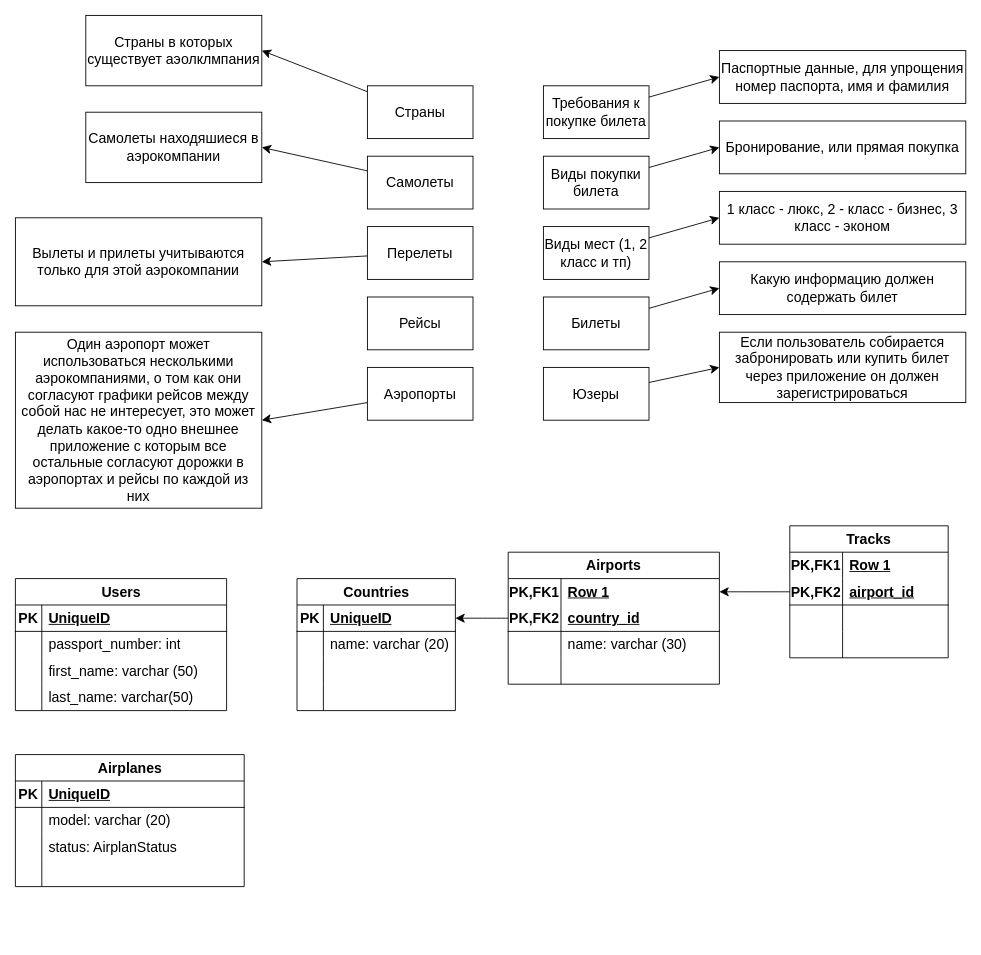
Above: Aэрокомпания.drawio in KmvRoman/Diagrams (draw.io), before the change. Source tidied: cells renumbered, new cells numbered last; positions are measured from the earlier drawing's top-left corner, leaving out a move shared by most shapes. Both pictures are drawn from the tidied source at 88%, with x=0, y=0 at pixel (15, 15).
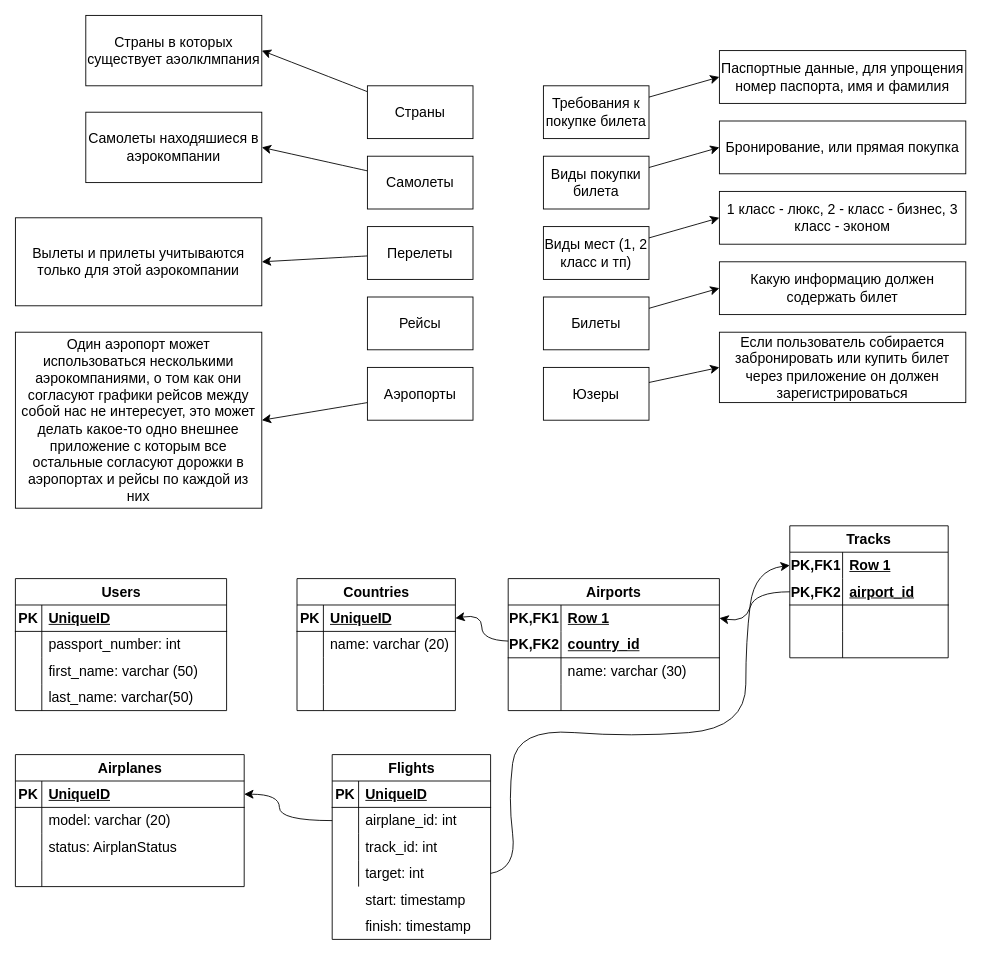
The same diagram, later.

The change refers to these unchanged cells:
```xml
<mxCell id="43" style="shape=tableRow;horizontal=0;startSize=0;swimlaneHead=0;swimlaneBody=0;fillColor=none;points=[[0,0.5],[1,0.5]];portConstraint=eastwest;top=0;left=0;right=0;bottom=1;fontSize=16;" parent="42" vertex="1">
  <mxGeometry y="30" width="260" height="30" as="geometry" />
</mxCell>
<mxCell id="57" style="shape=tableRow;horizontal=0;startSize=0;swimlaneHead=0;swimlaneBody=0;fillColor=none;points=[[0,0.5],[1,0.5]];portConstraint=eastwest;top=0;left=0;right=0;bottom=1;fontSize=16;" parent="56" vertex="1">
  <mxGeometry y="30" width="180" height="30" as="geometry" />
</mxCell>
<mxCell id="71" style="shape=tableRow;horizontal=0;startSize=0;swimlaneHead=0;swimlaneBody=0;fillColor=none;points=[[0,0.5],[1,0.5]];portConstraint=eastwest;top=0;left=0;right=0;bottom=0;html=1;fontSize=16;" parent="70" vertex="1">
  <mxGeometry y="30" width="240" height="30" as="geometry" />
</mxCell>
<mxCell id="84" value="Tracks" style="shape=table;startSize=30;childLayout=tableLayout;rowLines=0;fontStyle=1;align=center;html=1;whiteSpace=wrap;fontSize=16;" parent="1" vertex="1">
  <mxGeometry x="880" y="580" width="180" height="150" as="geometry" />
</mxCell>
<mxCell id="85" style="shape=tableRow;horizontal=0;startSize=0;swimlaneHead=0;swimlaneBody=0;fillColor=none;points=[[0,0.5],[1,0.5]];portConstraint=eastwest;top=0;left=0;right=0;bottom=0;html=1;fontSize=16;" parent="84" vertex="1">
  <mxGeometry y="30" width="180" height="30" as="geometry" />
</mxCell>
```

Change to the diagram source:
```diff
@@
     <mxCell id="69" style="edgeStyle=none;curved=1;rounded=0;jettySize=auto;html=1;entryX=1;entryY=0.5;entryDx=0;entryDy=0;fontSize=12;startSize=8;endSize=8;" parent="1" edge="1" source="70" target="57">
-      <mxGeometry relative="1" as="geometry" />
+      <mxGeometry relative="1" as="geometry">
+        <Array as="points">
+          <mxPoint x="530" y="710" />
+          <mxPoint x="530" y="680" />
+        </Array>
+      </mxGeometry>
     </mxCell>
     <mxCell id="70" value="Airports" style="shape=table;startSize=30;childLayout=tableLayout;rowLines=0;fontStyle=1;align=center;html=1;whiteSpace=wrap;fontSize=16;" parent="1" vertex="1">
-      <mxGeometry x="560" y="610" width="240" height="150" as="geometry" />
+      <mxGeometry x="560" y="640" width="240" height="150" as="geometry" />
     </mxCell>
@@
     <mxCell id="83" style="edgeStyle=none;curved=1;rounded=0;jettySize=auto;html=1;entryX=1;entryY=0.5;entryDx=0;entryDy=0;fontSize=12;startSize=8;endSize=8;" parent="1" edge="1" source="84" target="71">
-      <mxGeometry relative="1" as="geometry" />
+      <mxGeometry relative="1" as="geometry">
+        <Array as="points">
+          <mxPoint x="840" y="655" />
+          <mxPoint x="830" y="690" />
+        </Array>
+      </mxGeometry>
     </mxCell>
@@
+    <mxCell id="97" value="Flights" style="shape=table;startSize=30;childLayout=tableLayout;rowLines=0;fontStyle=1;align=center;html=1;fontSize=16;" parent="1" vertex="1">
+      <mxGeometry x="360" y="840" width="180" height="210" as="geometry" />
+    </mxCell>
+    <mxCell id="98" style="shape=tableRow;horizontal=0;startSize=0;swimlaneHead=0;swimlaneBody=0;fillColor=none;top=0;left=0;right=0;bottom=1;fontSize=16;" parent="97" vertex="1">
+      <mxGeometry y="30" width="180" height="30" as="geometry" />
+    </mxCell>
+    <mxCell id="99" value="PK" style="shape=partialRectangle;fillColor=none;top=0;left=0;bottom=0;right=0;fontStyle=1;overflow=hidden;whiteSpace=wrap;html=1;fontSize=16;" parent="98" vertex="1">
+      <mxGeometry width="30" height="30" as="geometry" />
+    </mxCell>
+    <mxCell id="100" value="UniqueID" style="shape=partialRectangle;fillColor=none;top=0;left=0;bottom=0;right=0;align=left;spacingLeft=6;fontStyle=5;overflow=hidden;whiteSpace=wrap;html=1;fontSize=16;" parent="98" vertex="1">
+      <mxGeometry x="30" width="150" height="30" as="geometry" />
+    </mxCell>
+    <mxCell id="101" style="shape=tableRow;horizontal=0;startSize=0;swimlaneHead=0;swimlaneBody=0;fillColor=none;points=[[0,0.5],[1,0.5]];portConstraint=eastwest;top=0;left=0;right=0;bottom=0;fontSize=16;" parent="97" vertex="1">
+      <mxGeometry y="60" width="180" height="30" as="geometry" />
+    </mxCell>
+    <mxCell id="102" style="shape=partialRectangle;fillColor=none;top=0;left=0;bottom=0;right=0;overflow=hidden;whiteSpace=wrap;html=1;fontSize=16;" parent="101" vertex="1">
+      <mxGeometry width="30" height="30" as="geometry" />
+    </mxCell>
+    <mxCell id="103" value="airplane_id: int" style="shape=partialRectangle;fillColor=none;top=0;left=0;bottom=0;right=0;align=left;spacingLeft=6;overflow=hidden;whiteSpace=wrap;html=1;fontSize=16;" parent="101" vertex="1">
+      <mxGeometry x="30" width="150" height="30" as="geometry" />
+    </mxCell>
+    <mxCell id="104" style="shape=tableRow;horizontal=0;startSize=0;swimlaneHead=0;swimlaneBody=0;fillColor=none;top=0;left=0;right=0;bottom=0;fontSize=16;" parent="97" vertex="1">
+      <mxGeometry y="90" width="180" height="30" as="geometry" />
+    </mxCell>
+    <mxCell id="105" style="shape=partialRectangle;fillColor=none;top=0;left=0;bottom=0;right=0;overflow=hidden;whiteSpace=wrap;html=1;fontSize=16;" parent="104" vertex="1">
+      <mxGeometry width="30" height="30" as="geometry" />
+    </mxCell>
+    <mxCell id="106" value="track_id: int" style="shape=partialRectangle;fillColor=none;top=0;left=0;bottom=0;right=0;align=left;spacingLeft=6;overflow=hidden;whiteSpace=wrap;html=1;fontSize=16;" parent="104" vertex="1">
+      <mxGeometry x="30" width="150" height="30" as="geometry" />
+    </mxCell>
+    <mxCell id="107" style="shape=tableRow;horizontal=0;startSize=0;swimlaneHead=0;swimlaneBody=0;fillColor=none;points=[[0,0.5],[1,0.5]];portConstraint=eastwest;top=0;left=0;right=0;bottom=0;fontSize=16;" parent="97" vertex="1">
+      <mxGeometry y="120" width="180" height="30" as="geometry" />
+    </mxCell>
+    <mxCell id="108" style="shape=partialRectangle;fillColor=none;top=0;left=0;bottom=0;right=0;overflow=hidden;whiteSpace=wrap;html=1;fontSize=16;" parent="107" vertex="1">
+      <mxGeometry width="30" height="30" as="geometry" />
+    </mxCell>
+    <mxCell id="109" value="target: int" style="shape=partialRectangle;fillColor=none;top=0;left=0;bottom=0;right=0;align=left;spacingLeft=6;overflow=hidden;whiteSpace=wrap;html=1;fontSize=16;" parent="107" vertex="1">
+      <mxGeometry x="30" width="150" height="30" as="geometry" />
+    </mxCell>
+    <mxCell id="110" style="edgeStyle=none;curved=1;rounded=0;jettySize=auto;html=1;entryX=1;entryY=0.5;entryDx=0;entryDy=0;fontSize=12;startSize=8;endSize=8;" parent="1" edge="1" source="101" target="43">
+      <mxGeometry relative="1" as="geometry">
+        <Array as="points">
+          <mxPoint x="300" y="915" />
+          <mxPoint x="300" y="885" />
+        </Array>
+      </mxGeometry>
+    </mxCell>
+    <mxCell id="111" style="endArrow=classic;html=1;rounded=0;fontSize=12;startSize=8;endSize=8;curved=1;exitX=1;exitY=0.5;exitDx=0;exitDy=0;entryX=0;entryY=0.5;entryDx=0;entryDy=0;" parent="1" edge="1" source="107" target="85">
+      <mxGeometry relative="1" as="geometry">
+        <Array as="points">
+          <mxPoint x="570" y="970" />
+          <mxPoint x="560" y="890" />
+          <mxPoint x="570" y="810" />
+          <mxPoint x="700" y="820" />
+          <mxPoint x="830" y="810" />
+          <mxPoint x="830" y="710" />
+          <mxPoint x="840" y="630" />
+        </Array>
+      </mxGeometry>
+    </mxCell>
+    <mxCell id="112" value="start: timestamp" style="shape=partialRectangle;fillColor=none;top=0;left=0;bottom=0;right=0;align=left;spacingLeft=6;overflow=hidden;whiteSpace=wrap;html=1;fontSize=16;" parent="1" vertex="1">
+      <mxGeometry x="390" y="990" width="150" height="30" as="geometry" />
+    </mxCell>
+    <mxCell id="113" value="finish: timestamp" style="shape=partialRectangle;fillColor=none;top=0;left=0;bottom=0;right=0;align=left;spacingLeft=6;overflow=hidden;whiteSpace=wrap;html=1;fontSize=16;" parent="1" vertex="1">
+      <mxGeometry x="390" y="1020" width="150" height="30" as="geometry" />
+    </mxCell>
```
